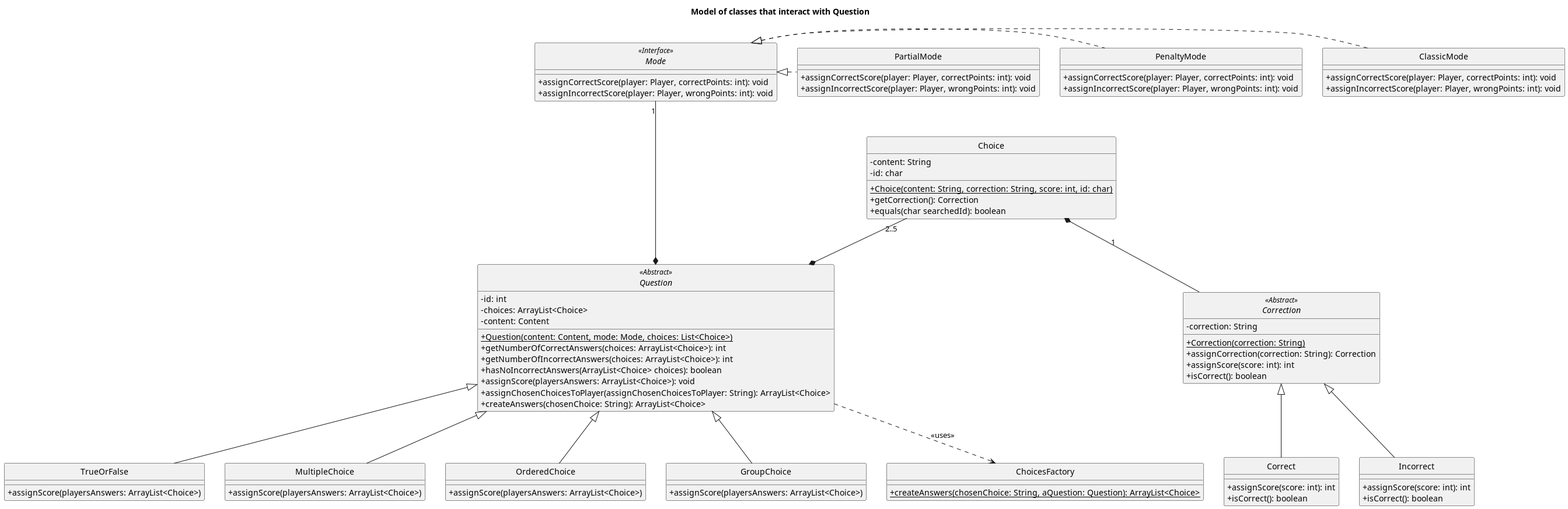
Above: UML files/ClassDiagramQuestionInteractionsModel.png in agpelliciari/TP2-Algo-III (PlantUML), before the change.
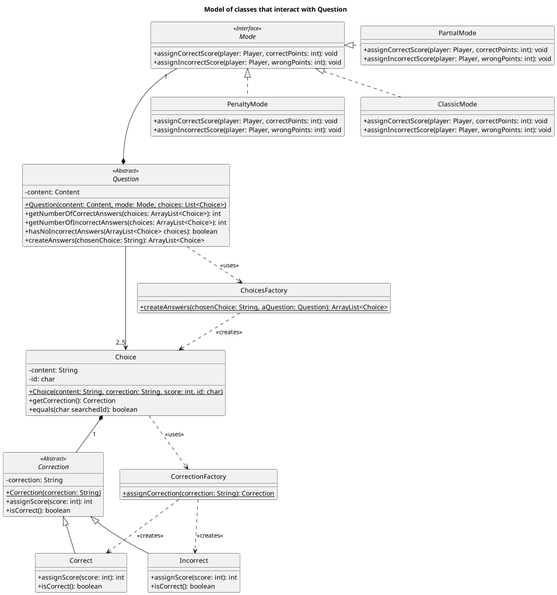
After the change.

Commit message:
#62 Modified and Added 'Question' class diagram

What changed in the source:
```diff
@@ -7,32 +7,12 @@
 title: Model of classes that interact with Question
 
 abstract class Question{
--id: int
--choices: ArrayList<Choice>
 -content: Content
 +{static}Question(content: Content, mode: Mode, choices: List<Choice>)
 +getNumberOfCorrectAnswers(choices: ArrayList<Choice>): int
 +getNumberOfIncorrectAnswers(choices: ArrayList<Choice>): int
 +hasNoIncorrectAnswers(ArrayList<Choice> choices): boolean
-+assignScore(playersAnswers: ArrayList<Choice>): void
-+assignChosenChoicesToPlayer(assignChosenChoicesToPlayer: String): ArrayList<Choice>
 +createAnswers(chosenChoice: String): ArrayList<Choice>
-}
-
-class TrueOrFalse {
-+assignScore(playersAnswers: ArrayList<Choice>)
-}
-
-class MultipleChoice {
-+assignScore(playersAnswers: ArrayList<Choice>)
-}
-
-class OrderedChoice {
-+assignScore(playersAnswers: ArrayList<Choice>)
-}
-
-class GroupChoice {
-+assignScore(playersAnswers: ArrayList<Choice>)
 }
 
 interface Mode {
@@ -66,7 +46,6 @@
 abstract class Correction{
 -correction: String
 +{static}Correction(correction: String)
-+assignCorrection(correction: String): Correction
 +assignScore(score: int): int
 +isCorrect(): boolean
 }
@@ -85,24 +64,28 @@
 +{static}createAnswers(chosenChoice: String, aQuestion: Question): ArrayList<Choice>
 }
 
+class CorrectionFactory{
++{static}assignCorrection(correction: String): Correction
+}
+
 Mode <<Interface>>
 Question <<Abstract>>
 Correction <<Abstract>>
 
-Question <|-- TrueOrFalse
-Question <|-- MultipleChoice
-Question <|-- OrderedChoice
-Question <|-- GroupChoice
-
 Mode "1" ---* Question
-Mode <|. ClassicMode
-Mode <|. PenaltyMode
+Mode <|.. ClassicMode
+Mode <|.. PenaltyMode
 Mode <|. PartialMode
 
-Choice "2..5" --* Question
+Choice "2..5" <-- Question
 Choice *-- Correction: "1"
 
 Question ..> ChoicesFactory: "<<uses>>"
+ChoicesFactory ..> Choice: "<<creates>>"
+
+Choice ..> CorrectionFactory: "<<uses>>"
+CorrectionFactory ..> Correct: "<<creates>>"
+CorrectionFactory ..> Incorrect: "<<creates>>"
 
 Correction <|-- Correct
 Correction <|-- Incorrect
```
